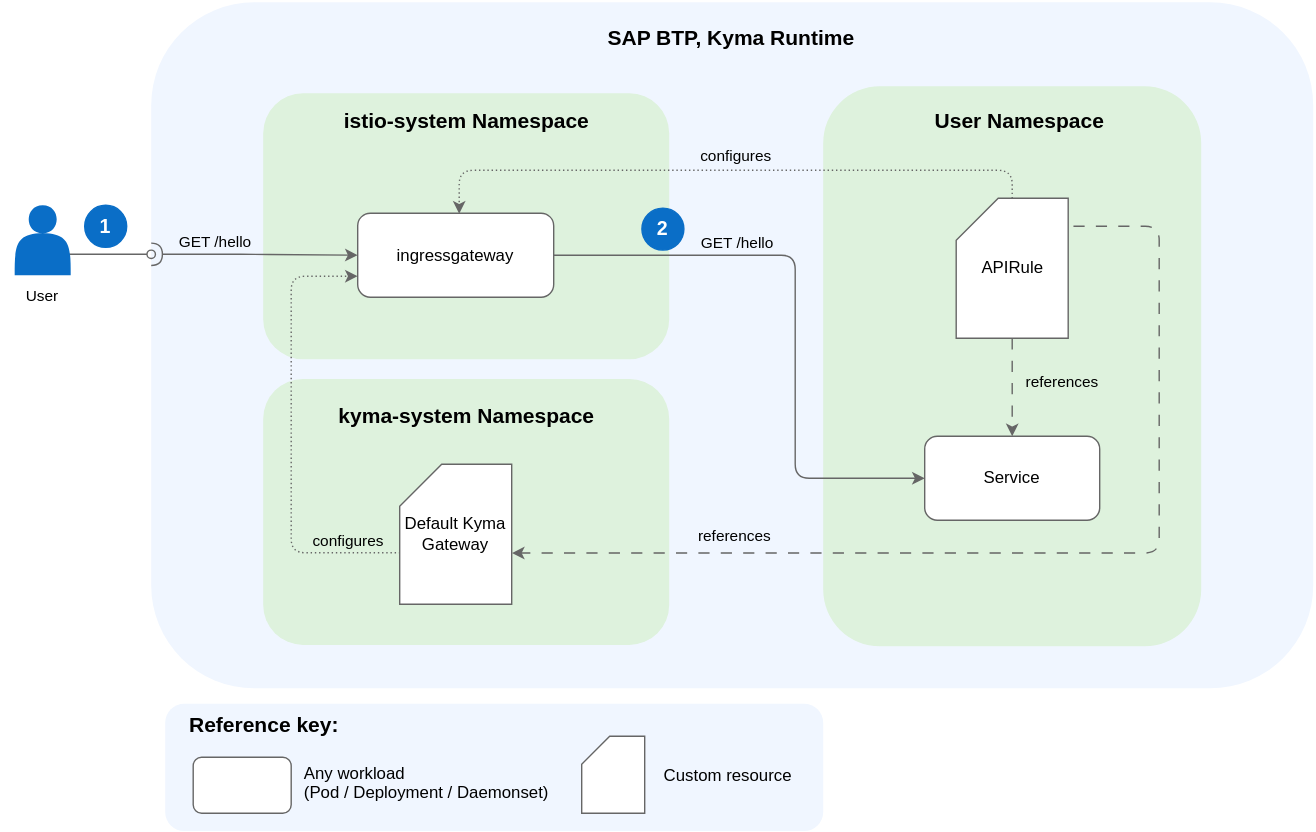
kyma-project/api-gateway keeps this draw.io diagram as docs/assets/APIRules-noAuth.drawio.svg. Above is the earlier version. Source tidied: cells renumbered, new cells last; positions are measured from the earlier drawing's top-left corner, leaving out a move shared by most shapes.
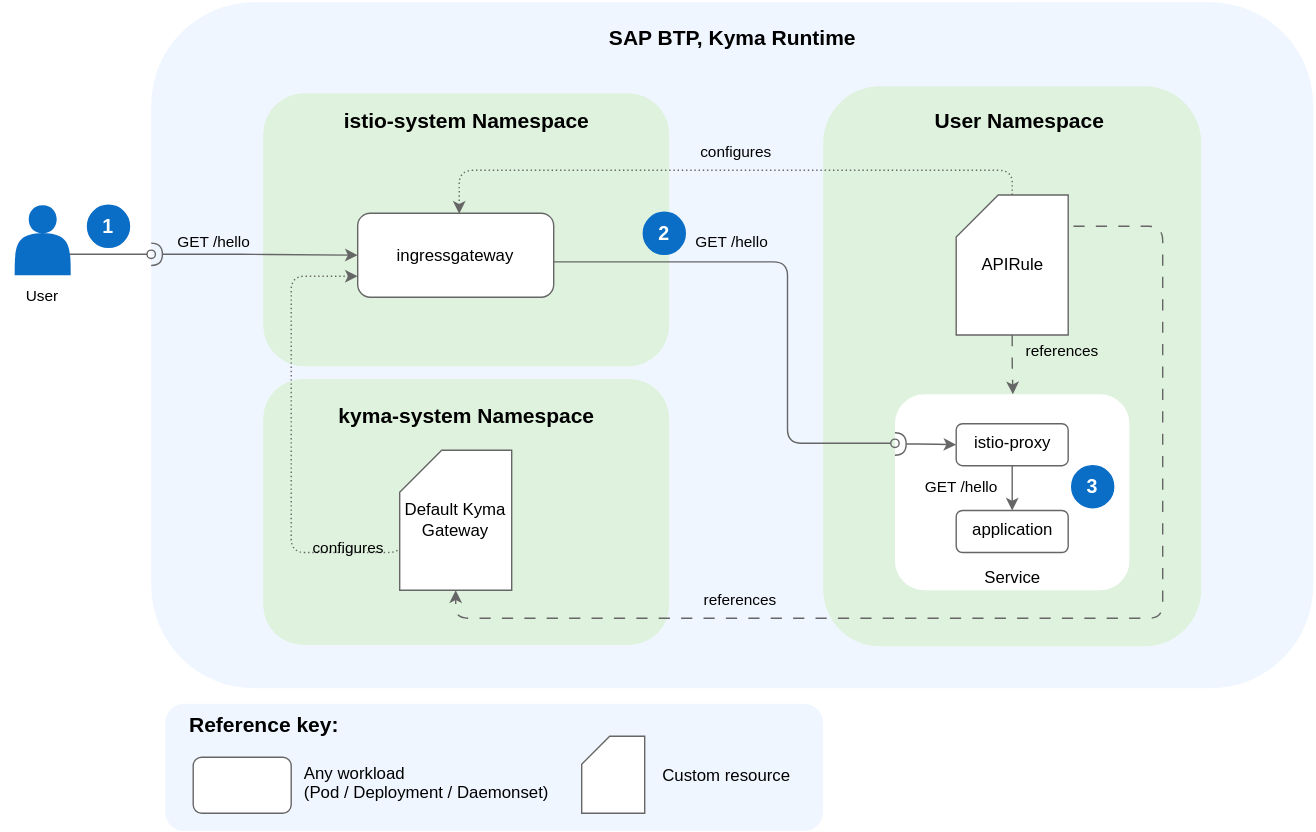
The same file after the commit.

Change to the diagram source:
```diff
@@ -6,7 +6,7 @@
       <mxGeometry x="107.5" width="830" height="490" as="geometry" />
     </mxCell>
     <mxCell id="3" style="rounded=1;whiteSpace=wrap;html=1;fillColor=#DEF2DD;strokeColor=none;fontSize=15;fontStyle=1;verticalAlign=bottom;" parent="1" vertex="1">
-      <mxGeometry x="187.5" y="65" width="290" height="190" as="geometry" />
+      <mxGeometry x="187.5" y="65" width="290" height="195" as="geometry" />
     </mxCell>
     <mxCell id="4" style="edgeStyle=orthogonalEdgeStyle;rounded=1;jettySize=auto;html=1;curved=0;strokeColor=#666666;startArrow=halfCircle;startFill=0;entryX=0;entryY=0.5;entryDx=0;entryDy=0;" parent="1" edge="1" target="9">
       <mxGeometry relative="1" as="geometry">
@@ -36,9 +36,6 @@
     <mxCell id="10" style="rounded=1;whiteSpace=wrap;html=1;fillColor=#DEF2DD;strokeColor=none;fontSize=15;fontStyle=1;verticalAlign=bottom;" parent="1" vertex="1">
       <mxGeometry x="587.5" y="60" width="270" height="400" as="geometry" />
     </mxCell>
-    <mxCell id="11" value="Service" style="rounded=1;whiteSpace=wrap;html=1;strokeColor=#666666;" parent="1" vertex="1">
-      <mxGeometry x="660" y="310" width="125" height="60" as="geometry" />
-    </mxCell>
     <mxCell id="12" style="edgeStyle=orthogonalEdgeStyle;rounded=1;jettySize=auto;html=1;strokeColor=#666666;align=center;verticalAlign=middle;fontFamily=Helvetica;fontSize=11;fontColor=default;labelBackgroundColor=default;startArrow=none;startFill=0;endArrow=classic;curved=0;dashed=1;dashPattern=1 2;exitX=0.5;exitY=0;exitDx=0;exitDy=0;exitPerimeter=0;" parent="1" edge="1" source="16">
       <mxGeometry relative="1" as="geometry">
         <mxPoint x="327.5" y="151" as="targetPoint" />
@@ -50,19 +47,11 @@
     </mxCell>
     <mxCell id="13" value="configures" style="edgeLabel;html=1;align=center;verticalAlign=middle;fontFamily=Helvetica;fontSize=11;fontColor=default;labelBackgroundColor=none;fillColor=none;gradientColor=none;" parent="12" vertex="1">
       <mxGeometry x="-0.11" relative="1" as="geometry">
-        <mxPoint x="-18" y="-11" as="offset" />
+        <mxPoint x="-17" y="-14" as="offset" />
       </mxGeometry>
     </mxCell>
-    <mxCell id="14" style="edgeStyle=orthogonalEdgeStyle;rounded=1;jettySize=auto;html=1;strokeColor=#666666;align=center;verticalAlign=middle;fontFamily=Helvetica;fontSize=11;fontColor=default;labelBackgroundColor=default;startArrow=none;startFill=0;endArrow=classic;curved=0;dashed=1;dashPattern=8 8;" parent="1" edge="1" source="16" target="11">
-      <mxGeometry relative="1" as="geometry" />
-    </mxCell>
-    <mxCell id="15" value="references" style="edgeLabel;html=1;align=center;verticalAlign=middle;fontFamily=Helvetica;fontSize=11;fontColor=default;labelBackgroundColor=none;fillColor=none;gradientColor=none;" parent="14" vertex="1">
-      <mxGeometry x="-0.16" relative="1" as="geometry">
-        <mxPoint x="35" as="offset" />
-      </mxGeometry>
-    </mxCell>
     <mxCell id="16" value="APIRule" style="shape=card;whiteSpace=wrap;html=1;strokeColor=#666666;" parent="1" vertex="1">
-      <mxGeometry x="682.5" y="140" width="80" height="100" as="geometry" />
+      <mxGeometry x="682.5" y="137.6" width="80" height="100" as="geometry" />
     </mxCell>
     <mxCell id="17" style="rounded=1;whiteSpace=wrap;html=1;fillColor=#DEF2DD;strokeColor=none;fontSize=15;fontStyle=1;verticalAlign=bottom;" parent="1" vertex="1">
       <mxGeometry x="187.5" y="269" width="290" height="190" as="geometry" />
@@ -81,35 +70,23 @@
       </mxGeometry>
     </mxCell>
     <mxCell id="20" value="Default Kyma Gateway" style="shape=card;whiteSpace=wrap;html=1;strokeColor=#666666;" parent="1" vertex="1">
-      <mxGeometry x="285" y="330" width="80" height="100" as="geometry" />
+      <mxGeometry x="285" y="320" width="80" height="100" as="geometry" />
     </mxCell>
-    <mxCell id="21" style="edgeStyle=orthogonalEdgeStyle;rounded=1;jettySize=auto;html=1;strokeColor=#666666;align=center;verticalAlign=middle;fontFamily=Helvetica;fontSize=11;fontColor=default;labelBackgroundColor=default;startArrow=none;startFill=0;endArrow=classic;curved=0;dashed=1;dashPattern=8 8;entryX=1.002;entryY=0.634;entryDx=0;entryDy=0;entryPerimeter=0;" parent="1" edge="1" target="20">
+    <mxCell id="21" style="edgeStyle=orthogonalEdgeStyle;rounded=1;jettySize=auto;html=1;strokeColor=#666666;align=center;verticalAlign=middle;fontFamily=Helvetica;fontSize=11;fontColor=default;labelBackgroundColor=default;startArrow=none;startFill=0;endArrow=classic;curved=0;dashed=1;dashPattern=8 8;entryX=0.5;entryY=1;entryDx=0;entryDy=0;entryPerimeter=0;" parent="1" edge="1" target="20">
       <mxGeometry relative="1" as="geometry">
         <mxPoint x="766.2" y="160" as="sourcePoint" />
         <Array as="points">
-          <mxPoint x="827.5" y="160" />
-          <mxPoint x="827.5" y="393" />
+          <mxPoint x="830" y="160" />
+          <mxPoint x="830" y="440" />
+          <mxPoint x="325" y="440" />
         </Array>
       </mxGeometry>
     </mxCell>
     <mxCell id="22" value="references" style="edgeLabel;html=1;align=center;verticalAlign=middle;fontFamily=Helvetica;fontSize=11;fontColor=default;labelBackgroundColor=none;fillColor=none;gradientColor=none;" parent="21" vertex="1">
       <mxGeometry x="0.4" y="-1" relative="1" as="geometry">
-        <mxPoint x="-69" y="-12" as="offset" />
+        <mxPoint x="-38" y="-13" as="offset" />
       </mxGeometry>
     </mxCell>
-    <mxCell id="23" style="edgeStyle=orthogonalEdgeStyle;rounded=1;jettySize=auto;html=1;entryX=0;entryY=0.5;entryDx=0;entryDy=0;strokeColor=#666666;align=center;verticalAlign=middle;fontFamily=Helvetica;fontSize=11;fontColor=default;labelBackgroundColor=default;startArrow=none;startFill=0;endArrow=classic;curved=0;" parent="1" edge="1" source="9" target="11">
-      <mxGeometry relative="1" as="geometry">
-        <Array as="points">
-          <mxPoint x="567.5" y="181" />
-          <mxPoint x="567.5" y="340" />
-        </Array>
-      </mxGeometry>
-    </mxCell>
-    <mxCell id="24" value="GET /hello" style="edgeLabel;html=1;align=center;verticalAlign=middle;fontFamily=Helvetica;fontSize=11;fontColor=default;labelBackgroundColor=none;fillColor=none;gradientColor=none;" parent="23" vertex="1">
-      <mxGeometry x="-0.51" y="-2" relative="1" as="geometry">
-        <mxPoint x="25" y="-12" as="offset" />
-      </mxGeometry>
-    </mxCell>
     <mxCell id="25" value="&lt;b&gt;&lt;font style=&quot;font-size: 15px;&quot;&gt;Reference key:&lt;/font&gt;&lt;/b&gt;" style="rounded=1;whiteSpace=wrap;html=1;fillColor=#F0F6FF;verticalAlign=top;strokeColor=none;labelBackgroundColor=none;align=left;spacingLeft=15;" parent="1" vertex="1">
       <mxGeometry x="117.5" y="501" width="470" height="91" as="geometry" />
     </mxCell>
@@ -120,10 +97,10 @@
       <mxGeometry x="471.5" y="528" width="100" height="50" as="geometry" />
     </mxCell>
     <mxCell id="28" value="&lt;font color=&quot;#ffffff&quot; size=&quot;1&quot;&gt;&lt;b style=&quot;font-size: 14px;&quot;&gt;1&lt;/b&gt;&lt;/font&gt;" style="ellipse;whiteSpace=wrap;html=1;fontSize=12;fillColor=#0a6ec7;strokeColor=#0a6ec7;" parent="1" vertex="1">
-      <mxGeometry x="60" y="145" width="30" height="30" as="geometry" />
+      <mxGeometry x="62" y="145" width="30" height="30" as="geometry" />
     </mxCell>
     <mxCell id="29" value="&lt;font color=&quot;#ffffff&quot; size=&quot;1&quot;&gt;&lt;b style=&quot;font-size: 14px;&quot;&gt;2&lt;/b&gt;&lt;/font&gt;" style="ellipse;whiteSpace=wrap;html=1;fontSize=12;fillColor=#0a6ec7;strokeColor=#0a6ec7;" parent="1" vertex="1">
-      <mxGeometry x="458" y="147" width="30" height="30" as="geometry" />
+      <mxGeometry x="459" y="150" width="30" height="30" as="geometry" />
     </mxCell>
     <mxCell id="30" value="&lt;span style=&quot;color: rgb(0, 0, 0); font-family: Helvetica; font-size: 15px; font-style: normal; font-variant-ligatures: normal; font-variant-caps: normal; font-weight: 700; letter-spacing: normal; orphans: 2; text-indent: 0px; text-transform: none; widows: 2; word-spacing: 0px; -webkit-text-stroke-width: 0px; white-space: normal; text-decoration-thickness: initial; text-decoration-style: initial; text-decoration-color: initial; float: none; display: inline !important;&quot;&gt;SAP BTP, Kyma Runtime&lt;/span&gt;" style="text;whiteSpace=wrap;html=1;align=center;textShadow=0;" parent="1" vertex="1">
       <mxGeometry x="107.5" y="10" width="830" height="40" as="geometry" />
@@ -143,5 +120,53 @@
     <mxCell id="35" value="Any workload&lt;div&gt;(Pod / Deployment / Daemonset)&lt;/div&gt;" style="text;html=1;whiteSpace=wrap;strokeColor=none;fillColor=none;align=left;verticalAlign=top;rounded=0;" parent="1" vertex="1">
       <mxGeometry x="215" y="536.8" width="180" height="45" as="geometry" />
     </mxCell>
+    <mxCell id="11" value="Service" style="rounded=1;whiteSpace=wrap;html=1;strokeColor=none;verticalAlign=bottom;" parent="1" vertex="1">
+      <mxGeometry x="638.8" y="280" width="167.5" height="140" as="geometry" />
+    </mxCell>
+    <mxCell id="36" value="istio-proxy" style="rounded=1;whiteSpace=wrap;html=1;strokeColor=#666666;verticalAlign=top;" parent="1" vertex="1">
+      <mxGeometry x="682.5" y="301" width="80" height="30" as="geometry" />
+    </mxCell>
+    <mxCell id="37" value="application" style="rounded=1;whiteSpace=wrap;html=1;strokeColor=#666666;verticalAlign=top;" parent="1" vertex="1">
+      <mxGeometry x="682.5" y="363" width="80" height="30" as="geometry" />
+    </mxCell>
+    <mxCell id="38" value="&lt;font color=&quot;#ffffff&quot; size=&quot;1&quot;&gt;&lt;b style=&quot;font-size: 14px;&quot;&gt;3&lt;/b&gt;&lt;/font&gt;" style="ellipse;whiteSpace=wrap;html=1;fontSize=12;fillColor=#0a6ec7;strokeColor=#0a6ec7;" parent="1" vertex="1">
+      <mxGeometry x="765" y="331" width="30" height="30" as="geometry" />
+    </mxCell>
+    <mxCell id="39" value="GET /hello" style="edgeLabel;html=1;align=center;verticalAlign=middle;fontFamily=Helvetica;fontSize=11;fontColor=default;labelBackgroundColor=none;fillColor=none;gradientColor=none;" parent="1" vertex="1">
+      <mxGeometry x="698" y="333" as="geometry">
+        <mxPoint x="-13" y="12" as="offset" />
+      </mxGeometry>
+    </mxCell>
+    <mxCell id="14" style="edgeStyle=orthogonalEdgeStyle;rounded=1;jettySize=auto;html=1;strokeColor=#666666;align=center;verticalAlign=middle;fontFamily=Helvetica;fontSize=11;fontColor=default;labelBackgroundColor=default;startArrow=none;startFill=0;endArrow=classic;curved=0;dashed=1;dashPattern=8 8;" parent="1" edge="1" source="16">
+      <mxGeometry relative="1" as="geometry">
+        <mxPoint x="723" y="280" as="targetPoint" />
+      </mxGeometry>
+    </mxCell>
+    <mxCell id="15" value="references" style="edgeLabel;html=1;align=center;verticalAlign=middle;fontFamily=Helvetica;fontSize=11;fontColor=default;labelBackgroundColor=none;fillColor=none;gradientColor=none;" parent="14" vertex="1">
+      <mxGeometry x="-0.16" relative="1" as="geometry">
+        <mxPoint x="35" y="-7" as="offset" />
+      </mxGeometry>
+    </mxCell>
+    <mxCell id="40" style="edgeStyle=orthogonalEdgeStyle;rounded=1;jettySize=auto;html=1;strokeColor=#666666;align=center;verticalAlign=middle;fontFamily=Helvetica;fontSize=11;fontColor=default;labelBackgroundColor=default;startArrow=none;startFill=0;endArrow=classic;curved=0;entryX=0.5;entryY=0;entryDx=0;entryDy=0;exitX=0.5;exitY=1;exitDx=0;exitDy=0;" parent="1" edge="1" source="36" target="37">
+      <mxGeometry relative="1" as="geometry" />
+    </mxCell>
+    <mxCell id="23" style="edgeStyle=orthogonalEdgeStyle;rounded=1;jettySize=auto;html=1;strokeColor=#666666;align=center;verticalAlign=middle;fontFamily=Helvetica;fontSize=11;fontColor=default;labelBackgroundColor=default;startArrow=none;startFill=0;endArrow=oval;curved=0;endFill=0;exitX=1;exitY=0.58;exitDx=0;exitDy=0;exitPerimeter=0;entryX=0;entryY=0.25;entryDx=0;entryDy=0;" parent="1" edge="1" source="9" target="11">
+      <mxGeometry relative="1" as="geometry">
+        <Array as="points">
+          <mxPoint x="562" y="185" />
+          <mxPoint x="562" y="315" />
+        </Array>
+      </mxGeometry>
+    </mxCell>
+    <mxCell id="41" value="GET /hello" style="edgeLabel;html=1;align=center;verticalAlign=middle;fontFamily=Helvetica;fontSize=11;fontColor=default;labelBackgroundColor=none;fillColor=none;gradientColor=none;" parent="23" vertex="1">
+      <mxGeometry x="-0.51" y="-2" relative="1" as="geometry">
+        <mxPoint x="35" y="-17" as="offset" />
+      </mxGeometry>
+    </mxCell>
+    <mxCell id="42" style="edgeStyle=orthogonalEdgeStyle;rounded=1;jettySize=auto;html=1;strokeColor=#666666;align=center;verticalAlign=middle;fontFamily=Helvetica;fontSize=11;fontColor=default;labelBackgroundColor=default;startArrow=halfCircle;startFill=0;endArrow=classic;curved=0;entryX=0;entryY=0.5;entryDx=0;entryDy=0;" parent="1" edge="1" target="36">
+      <mxGeometry relative="1" as="geometry">
+        <mxPoint x="638.8" y="315.5" as="sourcePoint" />
+      </mxGeometry>
+    </mxCell>
   </root>
 </mxGraphModel>
```
